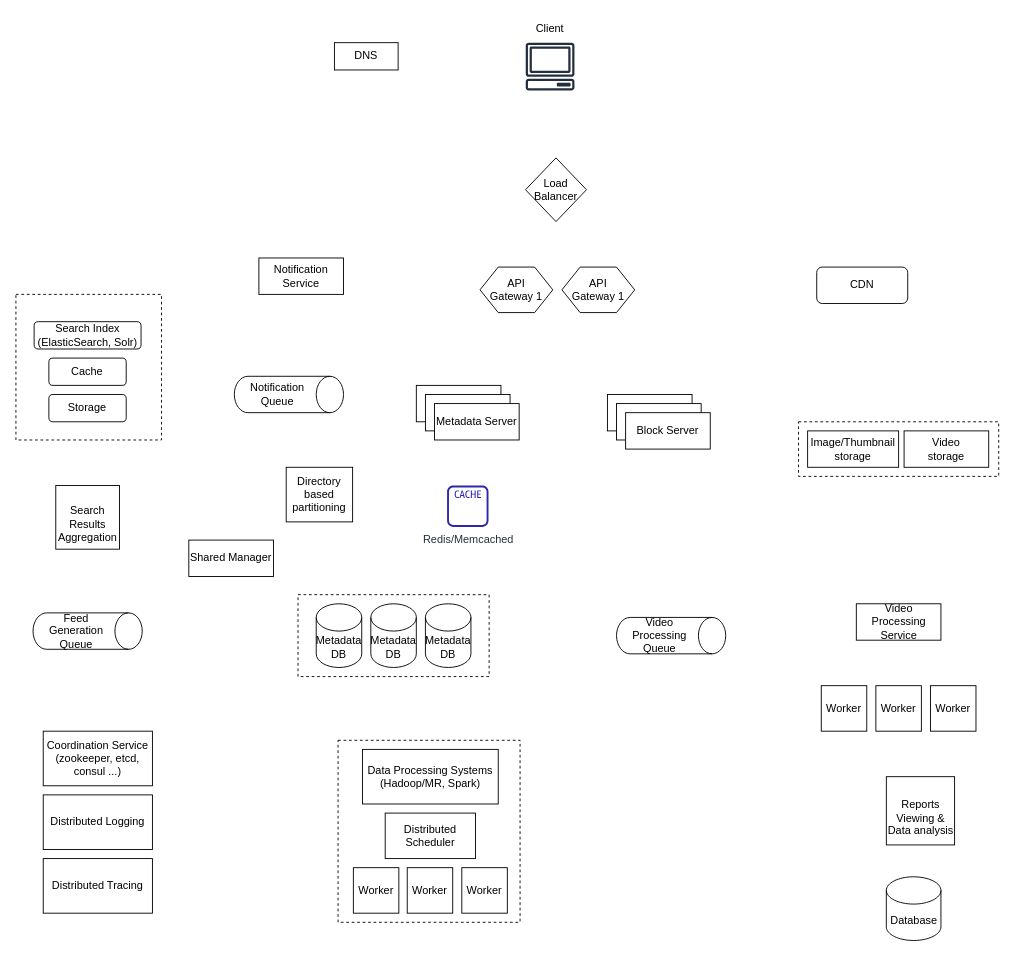
GuilinDev/Notes keeps this draw.io diagram as drawio/Untitled Diagram.drawio. Above is the earlier version. Source tidied: cells renumbered, new cells numbered last; positions are measured from the earlier drawing's top-left corner, leaving out a move shared by most shapes. Both pictures are drawn from the tidied source at 91%, with x=0, y=0 at pixel (15, 15).
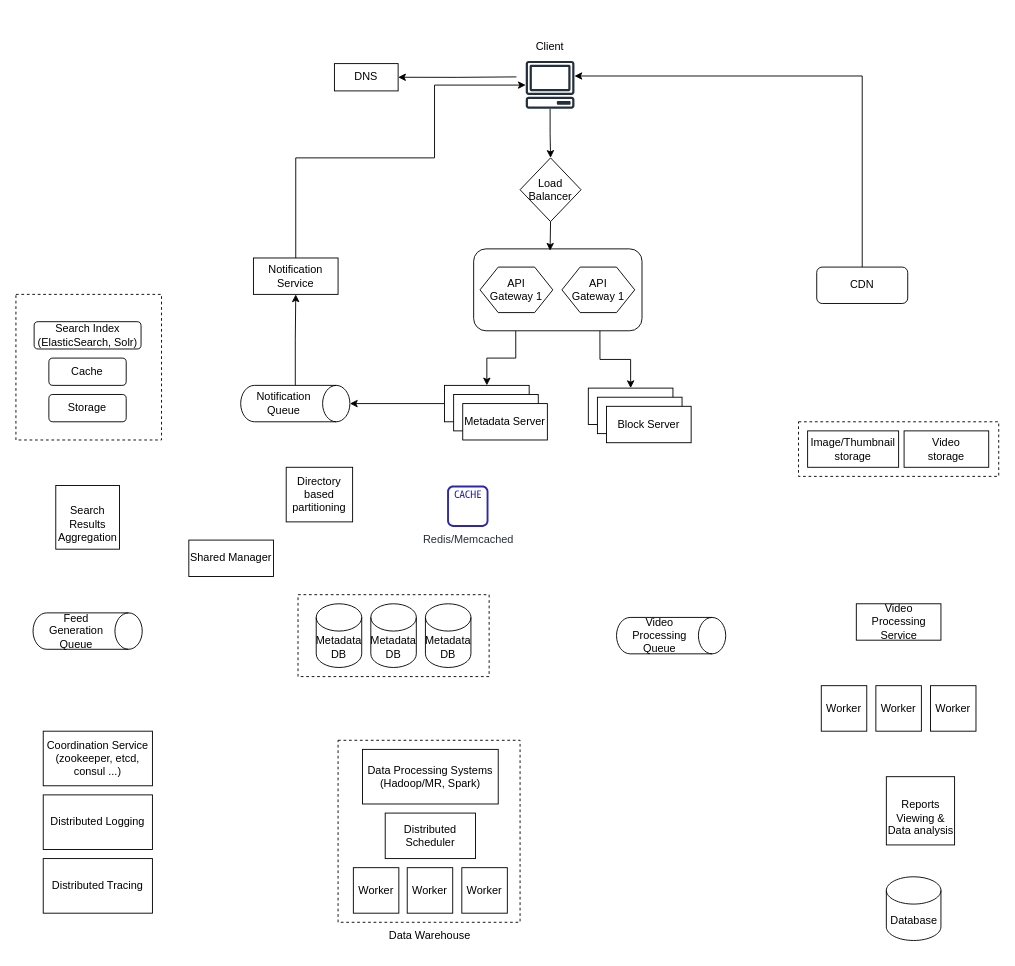
After the change.

The change refers to these unchanged cells:
```xml
<mxCell id="31" value="CDN" style="rounded=1;whiteSpace=wrap;html=1;" parent="1" vertex="1">
  <mxGeometry x="880" y="277" width="100" height="40" as="geometry" />
</mxCell>
```

Diff of the diagram source:
```diff
@@
+    <mxCell id="49" style="edgeStyle=orthogonalEdgeStyle;rounded=0;jettySize=auto;html=1;exitX=0.75;exitY=1;exitDx=0;exitDy=0;entryX=0.5;entryY=0;entryDx=0;entryDy=0;" parent="1" edge="1" source="51" target="15">
+      <mxGeometry relative="1" as="geometry" />
+    </mxCell>
+    <mxCell id="50" style="edgeStyle=orthogonalEdgeStyle;rounded=0;jettySize=auto;html=1;exitX=0.25;exitY=1;exitDx=0;exitDy=0;entryX=0.5;entryY=0;entryDx=0;entryDy=0;" parent="1" edge="1" source="51" target="12">
+      <mxGeometry relative="1" as="geometry" />
+    </mxCell>
+    <mxCell id="51" style="rounded=1;whiteSpace=wrap;html=1;" parent="1" vertex="1">
+      <mxGeometry x="503" y="257" width="185" height="90" as="geometry" />
+    </mxCell>
@@
+    <mxCell id="52" style="edgeStyle=orthogonalEdgeStyle;rounded=0;jettySize=auto;html=1;entryX=0.5;entryY=0;entryDx=0;entryDy=0;" parent="1" edge="1" source="6" target="9">
+      <mxGeometry relative="1" as="geometry" />
+    </mxCell>
+    <mxCell id="53" style="edgeStyle=orthogonalEdgeStyle;rounded=0;jettySize=auto;html=1;entryX=1;entryY=0.5;entryDx=0;entryDy=0;" parent="1" edge="1" target="8">
+      <mxGeometry relative="1" as="geometry">
+        <mxPoint x="550" y="68" as="sourcePoint" />
+      </mxGeometry>
+    </mxCell>
     <mxCell id="6" style="sketch=0;outlineConnect=0;fontColor=#232F3E;gradientColor=none;fillColor=#232F3D;strokeColor=none;dashed=0;verticalLabelPosition=bottom;verticalAlign=top;align=center;html=1;fontSize=12;fontStyle=0;shape=mxgraph.aws4.client;" parent="1" vertex="1">
-      <mxGeometry x="560" y="30.4" width="54" height="52.6" as="geometry" />
+      <mxGeometry x="560" y="50.4" width="54" height="52.6" as="geometry" />
     </mxCell>
     <mxCell id="7" value="Client" style="text;html=1;strokeColor=none;fillColor=none;align=center;verticalAlign=middle;whiteSpace=wrap;rounded=0;" parent="1" vertex="1">
-      <mxGeometry x="557" y="0.4" width="60" height="30" as="geometry" />
+      <mxGeometry x="557" y="20.4" width="60" height="30" as="geometry" />
     </mxCell>
     <mxCell id="8" value="DNS" style="rounded=0;whiteSpace=wrap;html=1;" parent="1" vertex="1">
-      <mxGeometry x="350" y="30.4" width="70" height="30" as="geometry" />
+      <mxGeometry x="350" y="53.4" width="70" height="30" as="geometry" />
     </mxCell>
+    <mxCell id="54" style="edgeStyle=orthogonalEdgeStyle;rounded=0;jettySize=auto;html=1;exitX=0.5;exitY=1;exitDx=0;exitDy=0;entryX=0.454;entryY=0.022;entryDx=0;entryDy=0;entryPerimeter=0;" parent="1" edge="1" source="9" target="51">
+      <mxGeometry relative="1" as="geometry" />
+    </mxCell>
     <mxCell id="9" value="Load Balancer" style="rhombus;whiteSpace=wrap;html=1;" parent="1" vertex="1">
-      <mxGeometry x="560" y="157" width="67" height="70" as="geometry" />
+      <mxGeometry x="554" y="157" width="67" height="70" as="geometry" />
     </mxCell>
@@
+    <mxCell id="55" style="edgeStyle=orthogonalEdgeStyle;rounded=0;jettySize=auto;html=1;entryX=0.5;entryY=0;entryDx=0;entryDy=0;entryPerimeter=0;" parent="1" edge="1" source="12" target="18">
+      <mxGeometry relative="1" as="geometry" />
+    </mxCell>
     <mxCell id="12" style="rounded=0;whiteSpace=wrap;html=1;" parent="1" vertex="1">
-      <mxGeometry x="440" y="407" width="93" height="40" as="geometry" />
+      <mxGeometry x="471" y="407" width="93" height="40" as="geometry" />
     </mxCell>
     <mxCell id="13" style="rounded=0;whiteSpace=wrap;html=1;" parent="1" vertex="1">
-      <mxGeometry x="450" y="417" width="93" height="40" as="geometry" />
+      <mxGeometry x="481" y="417" width="93" height="40" as="geometry" />
     </mxCell>
     <mxCell id="14" value="Metadata Server" style="rounded=0;whiteSpace=wrap;html=1;" parent="1" vertex="1">
-      <mxGeometry x="460" y="427" width="93" height="40" as="geometry" />
+      <mxGeometry x="491" y="427" width="93" height="40" as="geometry" />
     </mxCell>
     <mxCell id="15" style="rounded=0;whiteSpace=wrap;html=1;" parent="1" vertex="1">
-      <mxGeometry x="650" y="417" width="93" height="40" as="geometry" />
+      <mxGeometry x="629" y="410" width="93" height="40" as="geometry" />
     </mxCell>
     <mxCell id="16" style="rounded=0;whiteSpace=wrap;html=1;" parent="1" vertex="1">
-      <mxGeometry x="660" y="427" width="93" height="40" as="geometry" />
+      <mxGeometry x="639" y="420" width="93" height="40" as="geometry" />
     </mxCell>
     <mxCell id="17" value="Block Server" style="rounded=0;whiteSpace=wrap;html=1;" parent="1" vertex="1">
-      <mxGeometry x="670" y="437" width="93" height="40" as="geometry" />
+      <mxGeometry x="649" y="430" width="93" height="40" as="geometry" />
     </mxCell>
+    <mxCell id="56" style="edgeStyle=orthogonalEdgeStyle;rounded=0;jettySize=auto;html=1;" parent="1" edge="1" source="18" target="19">
+      <mxGeometry relative="1" as="geometry" />
+    </mxCell>
     <mxCell id="18" value="Notification Queue" style="shape=cylinder3;whiteSpace=wrap;html=1;boundedLbl=1;backgroundOutline=1;size=15;direction=south;" parent="1" vertex="1">
-      <mxGeometry x="240" y="397" width="120" height="40" as="geometry" />
+      <mxGeometry x="247" y="407" width="120" height="40" as="geometry" />
     </mxCell>
+    <mxCell id="57" style="edgeStyle=orthogonalEdgeStyle;rounded=0;jettySize=auto;html=1;" parent="1" edge="1" source="19" target="6">
+      <mxGeometry relative="1" as="geometry">
+        <Array as="points">
+          <mxPoint x="308" y="157" />
+          <mxPoint x="460" y="157" />
+          <mxPoint x="460" y="77" />
+        </Array>
+      </mxGeometry>
+    </mxCell>
     <mxCell id="19" value="Notification Service" style="rounded=0;whiteSpace=wrap;html=1;" parent="1" vertex="1">
-      <mxGeometry x="267" y="267" width="93" height="40" as="geometry" />
+      <mxGeometry x="261" y="267" width="93" height="40" as="geometry" />
     </mxCell>
@@
+    <mxCell id="58" style="edgeStyle=orthogonalEdgeStyle;rounded=0;jettySize=auto;html=1;" parent="1" edge="1" source="31" target="6">
+      <mxGeometry relative="1" as="geometry">
+        <Array as="points">
+          <mxPoint x="930" y="67" />
+        </Array>
+      </mxGeometry>
+    </mxCell>
@@
+    <mxCell id="59" value="Data Warehouse" style="text;html=1;strokeColor=none;fillColor=none;align=center;verticalAlign=middle;whiteSpace=wrap;rounded=0;" parent="1" vertex="1">
+      <mxGeometry x="390" y="997" width="130" height="30" as="geometry" />
+    </mxCell>
```
